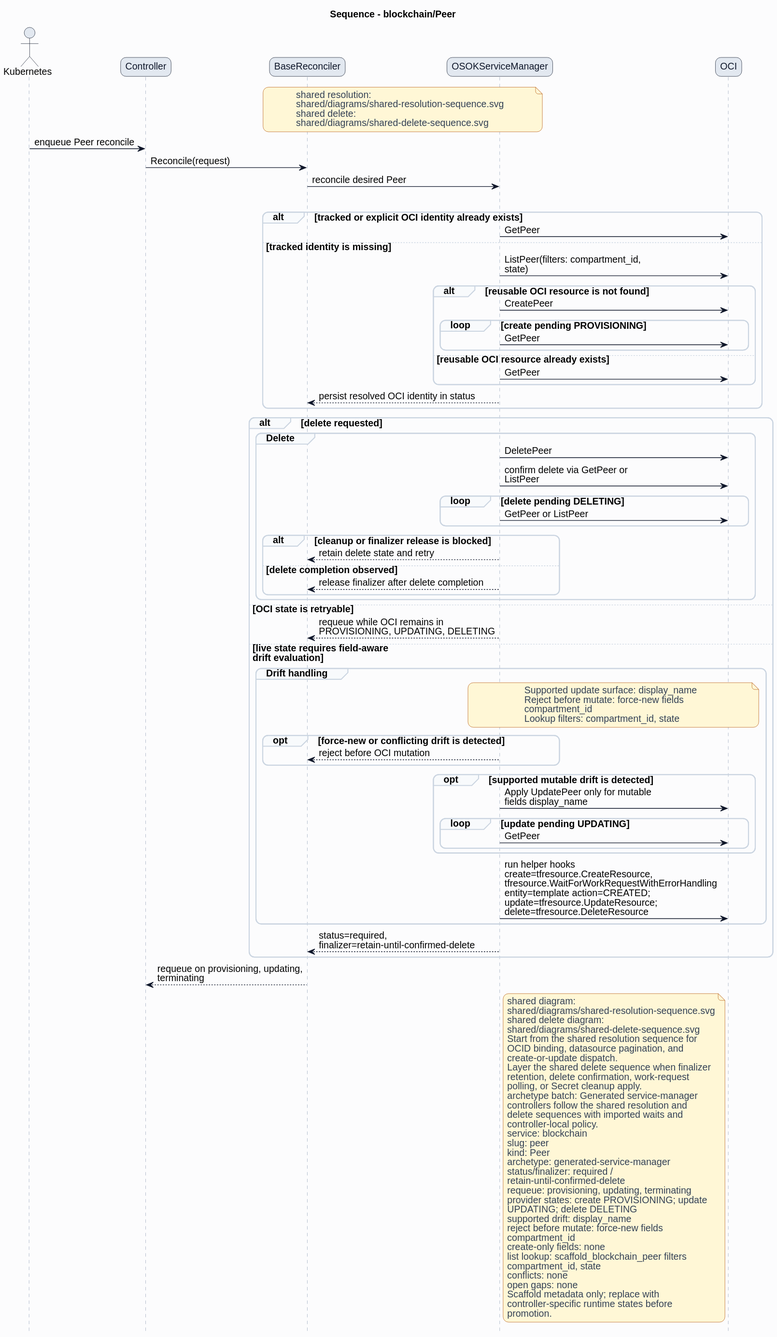
Before: formal/controllers/blockchain/peer/diagrams/sequence.svg, a diagram exported from PlantUML (HaoyL666/oci-service-operator).
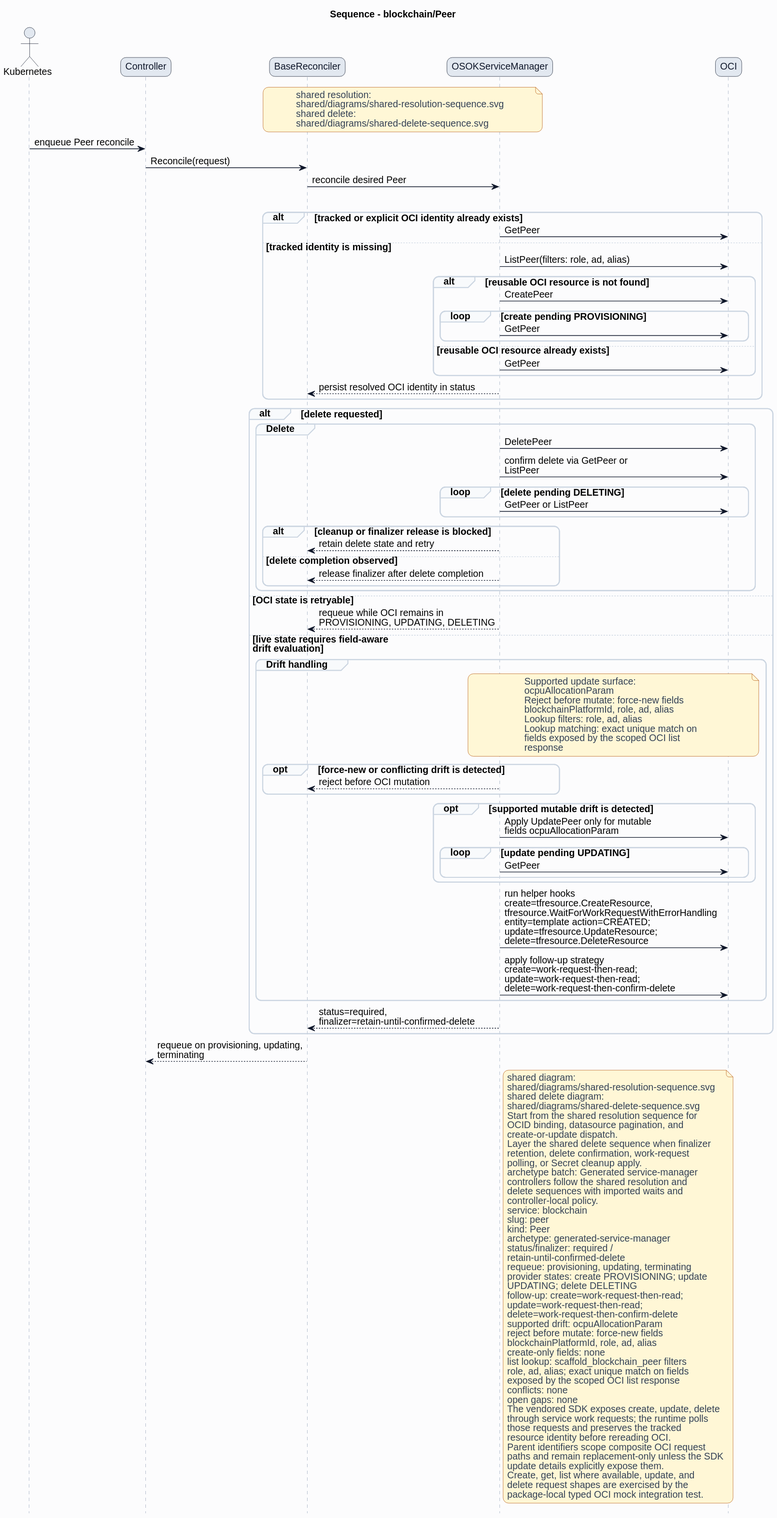
After the change.

What changed in the source:
```diff
@@ -38,7 +38,7 @@
 alt tracked or explicit OCI identity already exists
 ServiceManager -> OCI: GetPeer
 else tracked identity is missing
-ServiceManager -> OCI: ListPeer(filters: compartment_id,\nstate)
+ServiceManager -> OCI: ListPeer(filters: role, ad, alias)
 alt reusable OCI resource is not found
 ServiceManager -> OCI: CreatePeer
 loop create pending PROVISIONING
@@ -67,21 +67,26 @@
 else live state requires field-aware\ndrift evaluation
 group Drift handling
 note over ServiceManager,OCI
-Supported update surface: display_name
+Supported update surface:
+ocpuAllocationParam
 Reject before mutate: force-new fields
-compartment_id
-Lookup filters: compartment_id, state
+blockchainPlatformId, role, ad, alias
+Lookup filters: role, ad, alias
+Lookup matching: exact unique match on
+fields exposed by the scoped OCI list
+response
 end note
 opt force-new or conflicting drift is detected
 ServiceManager --> BaseReconciler: reject before OCI mutation
 end
 opt supported mutable drift is detected
-ServiceManager -> OCI: Apply UpdatePeer only for mutable\nfields display_name
+ServiceManager -> OCI: Apply UpdatePeer only for mutable\nfields ocpuAllocationParam
 loop update pending UPDATING
 ServiceManager -> OCI: GetPeer
 end
 end
 ServiceManager -> OCI: run helper hooks\ncreate=tfresource.CreateResource,\ntfresource.WaitForWorkRequestWithErrorHandling\nentity=template action=CREATED;\nupdate=tfresource.UpdateResource;\ndelete=tfresource.DeleteResource
+ServiceManager -> OCI: apply follow-up strategy\ncreate=work-request-then-read;\nupdate=work-request-then-read;\ndelete=work-request-then-confirm-delete
 end
 ServiceManager --> BaseReconciler: status=required,\nfinalizer=retain-until-confirmed-delete
 end
@@ -110,16 +115,27 @@
 requeue: provisioning, updating, terminating
 provider states: create PROVISIONING; update
 UPDATING; delete DELETING
-supported drift: display_name
+follow-up: create=work-request-then-read;
+update=work-request-then-read;
+delete=work-request-then-confirm-delete
+supported drift: ocpuAllocationParam
 reject before mutate: force-new fields
-compartment_id
+blockchainPlatformId, role, ad, alias
 create-only fields: none
 list lookup: scaffold_blockchain_peer filters
-compartment_id, state
+role, ad, alias; exact unique match on fields
+exposed by the scoped OCI list response
 conflicts: none
 open gaps: none
-Scaffold metadata only; replace with
-controller-specific runtime states before
-promotion.
+The vendored SDK exposes create, update, delete
+through service work requests; the runtime polls
+those requests and preserves the tracked
+resource identity before rereading OCI.
+Parent identifiers scope composite OCI request
+paths and remain replacement-only unless the SDK
+update details explicitly expose them.
+Create, get, list where available, update, and
+delete request shapes are exercised by the
+package-local typed OCI mock integration test.
 end note
 @enduml
```
